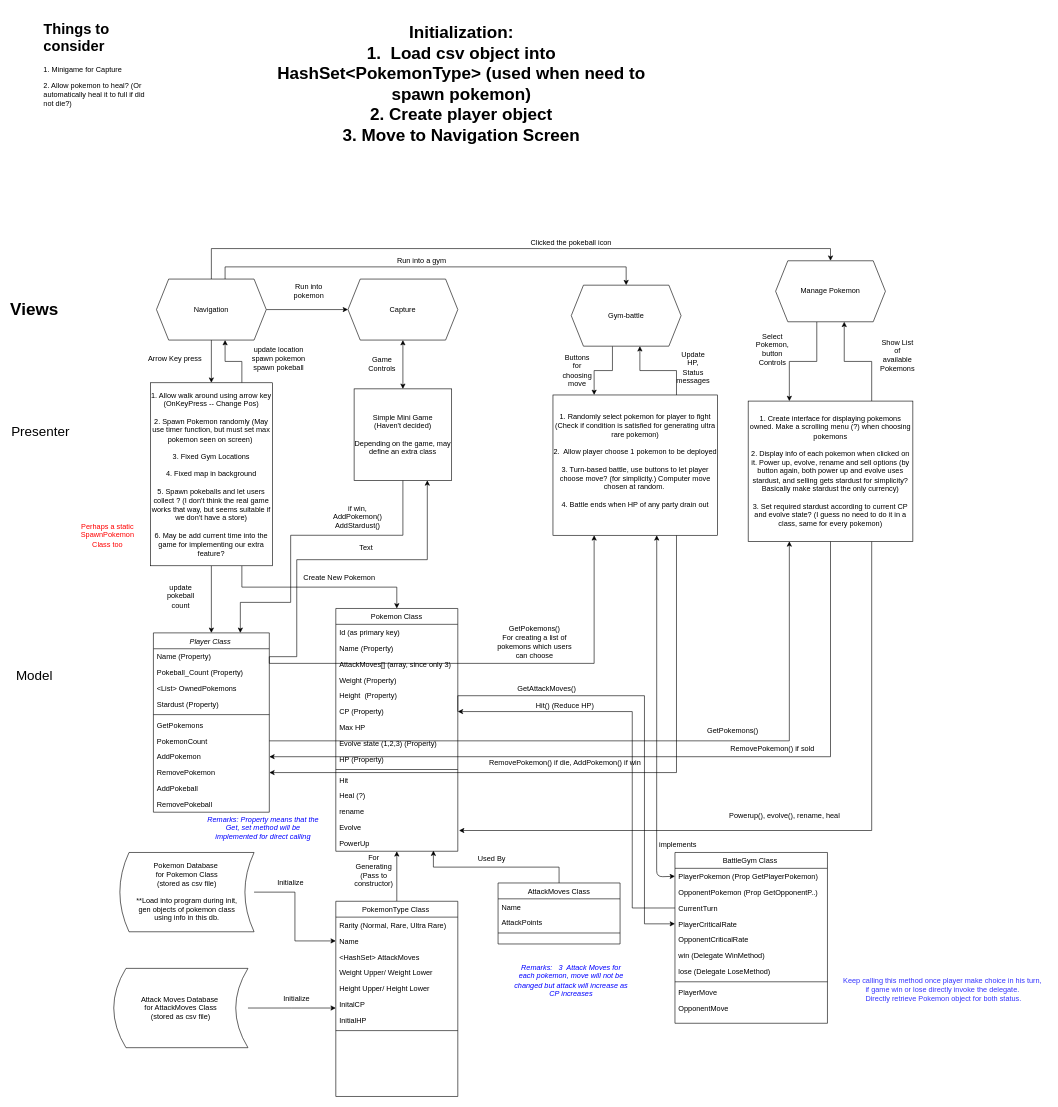
Earlier version of the draw.io diagram Untitled Diagram.drawio (tpmmthomas/ierg3080-pokemon-go). Source tidied: cells renumbered, new cells numbered last; positions are measured from the earlier drawing's top-left corner, leaving out a move shared by most shapes. Both pictures are drawn from the tidied source at 61%, with x=0, y=0 at pixel (22, 16).
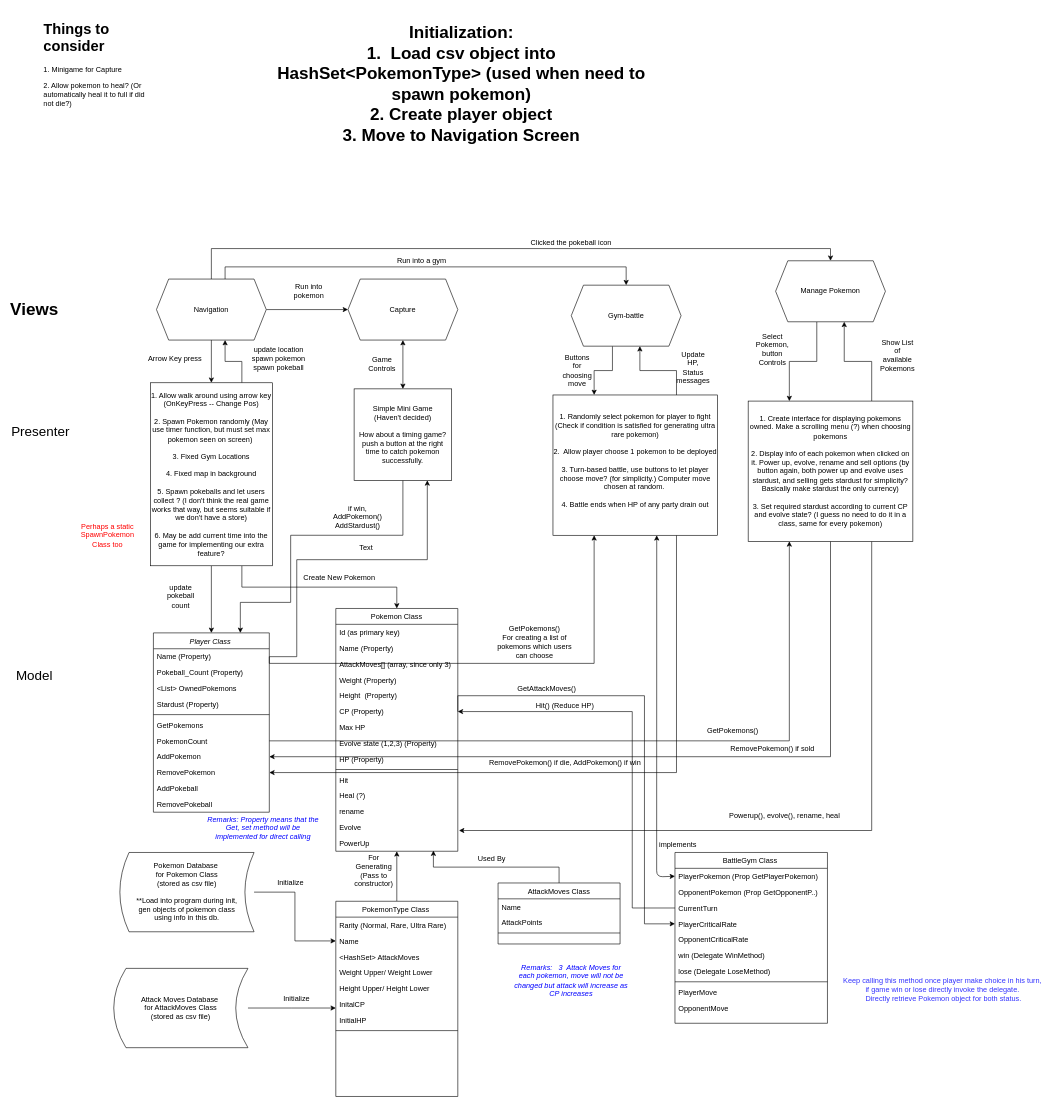
The same diagram, later.

What changed in the source:
```diff
@@
-    <mxCell id="27" value="Simple Mini Game&lt;br&gt;(Haven't decided)&lt;br&gt;&lt;br&gt;Depending on the game, may define an extra class" style="rounded=0;whiteSpace=wrap;html=1;" parent="1" vertex="1">
+    <mxCell id="27" value="Simple Mini Game&lt;br&gt;(Haven't decided)&lt;br&gt;&lt;br&gt;How about a timing game?&lt;br&gt;push a button at the right&lt;br&gt;time to catch pokemon&lt;br&gt;successfully." style="rounded=0;whiteSpace=wrap;html=1;" parent="1" vertex="1">
       <mxGeometry x="544" y="610" width="160" height="150" as="geometry" />
     </mxCell>
```
